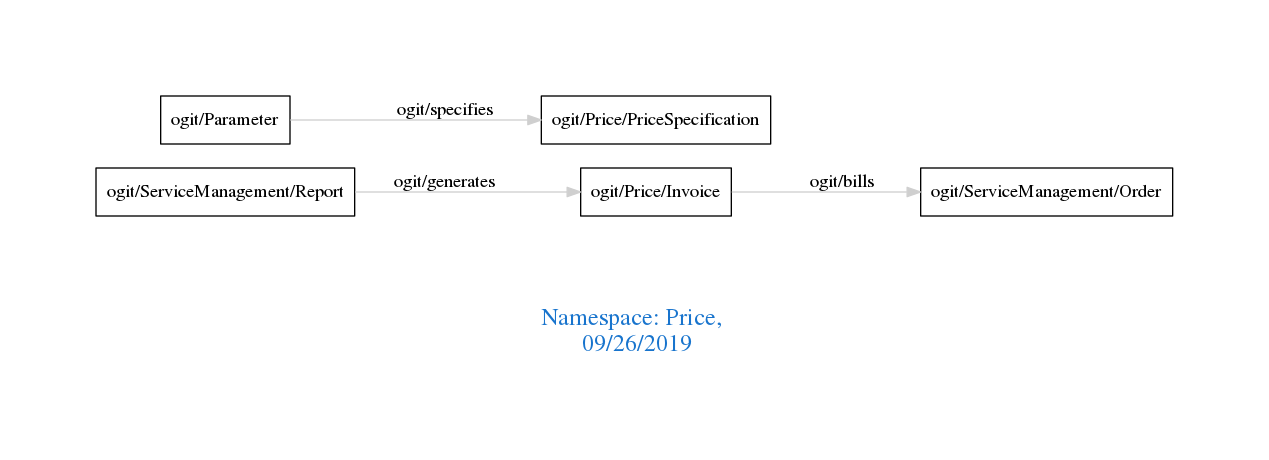
This is downloads/Price.png from arago/OGIT, a Graphviz export, as it was before one commit. Its source is kept beside it as downloads/Price.dot.
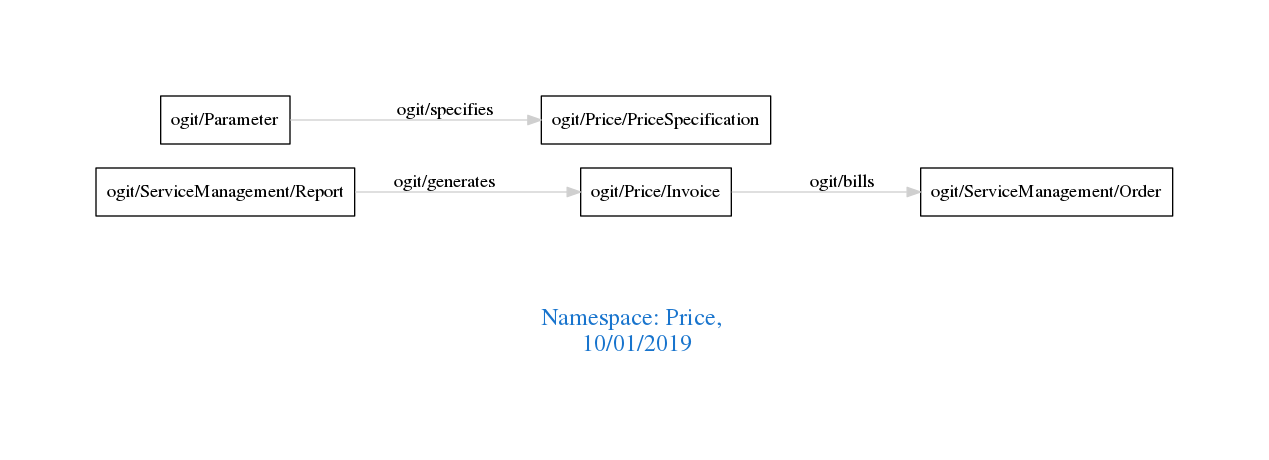
The same diagram one commit later.

Diff of the diagram source:
```diff
@@ -1,7 +1,7 @@
 digraph OGIT_ontology {
  graph [ rankdir= LR,pad=1
 fontsize = 18,
-fontcolor= dodgerblue3,label = "\n\n\nNamespace: Price, \n 09/26/2019"];
+fontcolor= dodgerblue3,label = "\n\n\nNamespace: Price, \n 10/01/2019"];
 node[shape=polygon];
 edge [  color="gray81"];
 
```
